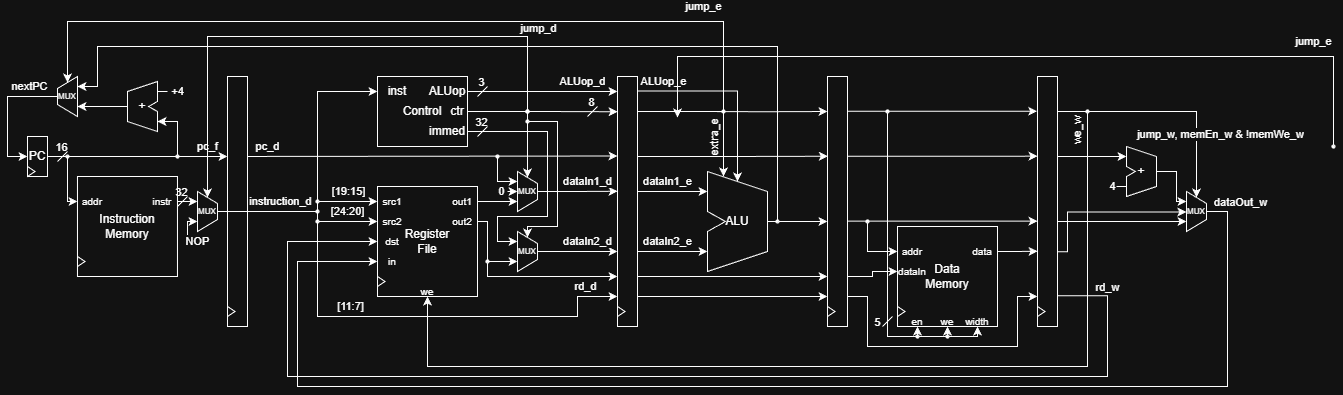
This is pics/riscy-5 diagram.png from leokondrashov/riscy-5, a draw.io export, as it was before one commit. Source tidied: cells renumbered, new cells last; positions are measured from the earlier drawing's top-left corner, leaving out a move shared by most shapes.
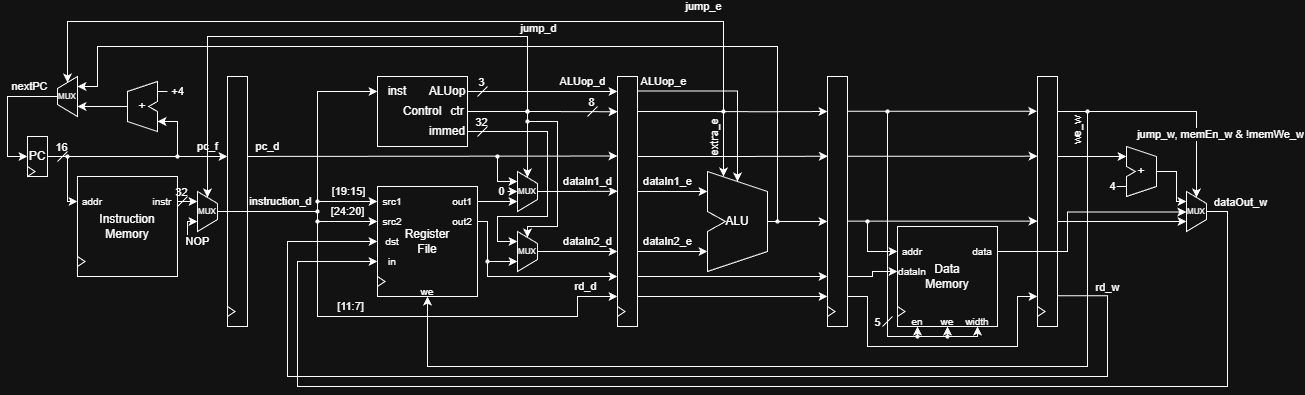
After the change.

The edit, as a diff of the source:
```diff
@@ -624,14 +624,11 @@
         <mxPoint x="1030" y="135" as="sourcePoint" />
       </mxGeometry>
     </mxCell>
-    <mxCell id="132" style="edgeStyle=orthogonalEdgeStyle;rounded=0;jettySize=auto;html=1;exitX=1;exitY=0.5;exitDx=0;exitDy=0;entryX=0;entryY=0.699;entryDx=0;entryDy=0;entryPerimeter=0;" parent="1" edge="1" source="113" target="122">
-      <mxGeometry relative="1" as="geometry" />
-    </mxCell>
-    <mxCell id="133" style="edgeStyle=orthogonalEdgeStyle;rounded=0;jettySize=auto;html=1;entryX=-0.009;entryY=0.488;entryDx=0;entryDy=0;entryPerimeter=0;exitX=1;exitY=0.701;exitDx=0;exitDy=0;exitPerimeter=0;" parent="1" edge="1" source="122" target="87">
+    <mxCell id="133" style="edgeStyle=orthogonalEdgeStyle;rounded=0;jettySize=auto;html=1;entryX=-0.009;entryY=0.488;entryDx=0;entryDy=0;entryPerimeter=0;exitX=1;exitY=0.5;exitDx=0;exitDy=0;" parent="1" edge="1" source="113" target="87">
       <mxGeometry relative="1" as="geometry">
         <Array as="points">
           <mxPoint x="1040" y="230" />
-          <mxPoint x="1040" y="190" />
+          <mxPoint x="1040" y="191" />
         </Array>
       </mxGeometry>
     </mxCell>
@@ -685,21 +682,6 @@
         <mxPoint x="-13" y="3" as="offset" />
       </mxGeometry>
     </mxCell>
-    <mxCell id="142" style="edgeStyle=orthogonalEdgeStyle;orthogonalLoop=1;jettySize=auto;html=1;rounded=0;startArrow=oval;startFill=1;startSize=3;entryX=0.5;entryY=0.85;entryDx=0;entryDy=0;entryPerimeter=0;" parent="1" edge="1">
-      <mxGeometry relative="1" as="geometry">
-        <mxPoint x="1306" y="125" as="sourcePoint" />
-        <mxPoint x="650" y="96" as="targetPoint" />
-        <Array as="points">
-          <mxPoint x="1306" y="35" />
-          <mxPoint x="650" y="35" />
-        </Array>
-      </mxGeometry>
-    </mxCell>
-    <mxCell id="143" value="jump_e" style="edgeLabel;html=1;align=center;verticalAlign=middle;" parent="142" vertex="1">
-      <mxGeometry x="-0.73" relative="1" as="geometry">
-        <mxPoint y="-15" as="offset" />
-      </mxGeometry>
-    </mxCell>
     <mxCell id="144" style="edgeStyle=orthogonalEdgeStyle;jettySize=auto;html=1;rounded=0;startArrow=oval;startFill=1;startSize=3;entryX=0.5;entryY=0.85;entryDx=0;entryDy=0;entryPerimeter=0;" parent="1" edge="1" target="148">
       <mxGeometry relative="1" as="geometry">
         <mxPoint x="500" y="90" as="sourcePoint" />
```
